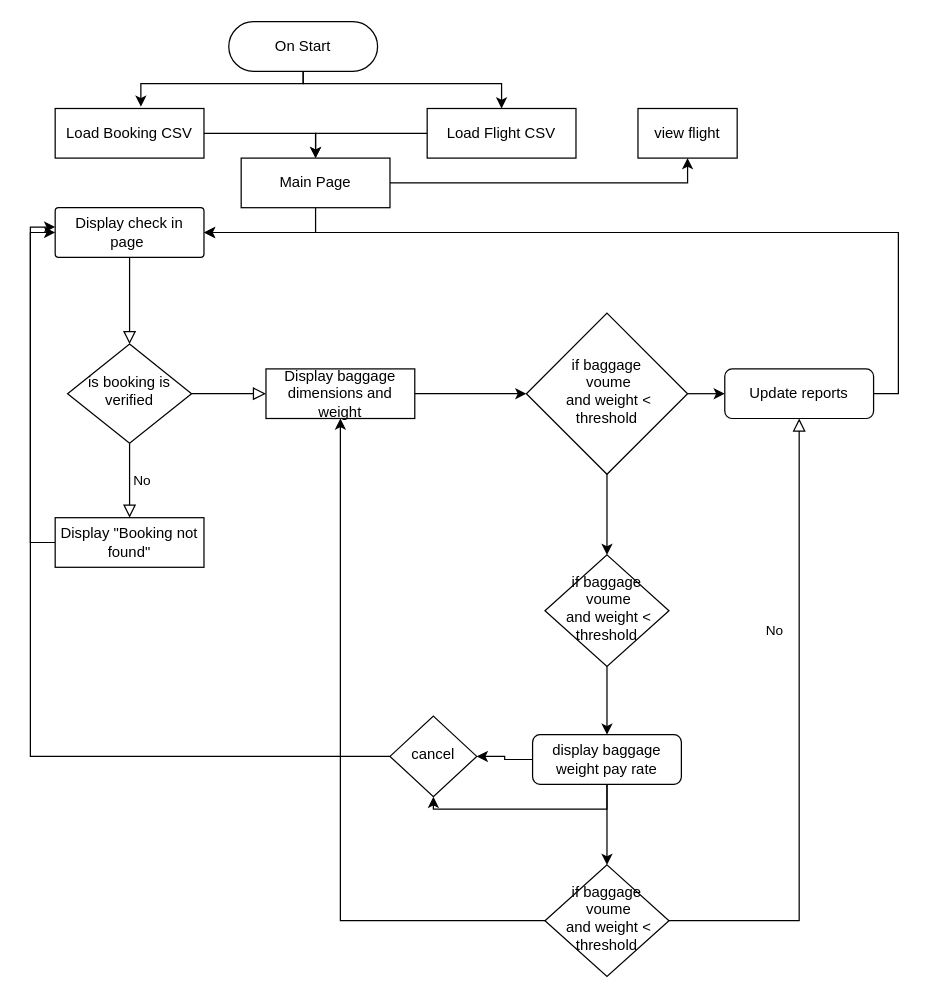
Before: flowchart Diagram.drawio in oscaroguledo/Java-intro, a draw.io diagram. Source tidied: cells renumbered, new cells numbered last; positions are measured from the earlier drawing's top-left corner, leaving out a move shared by most shapes. Both pictures are drawn from the tidied source at 124%, with x=0, y=0 at pixel (30, 21).
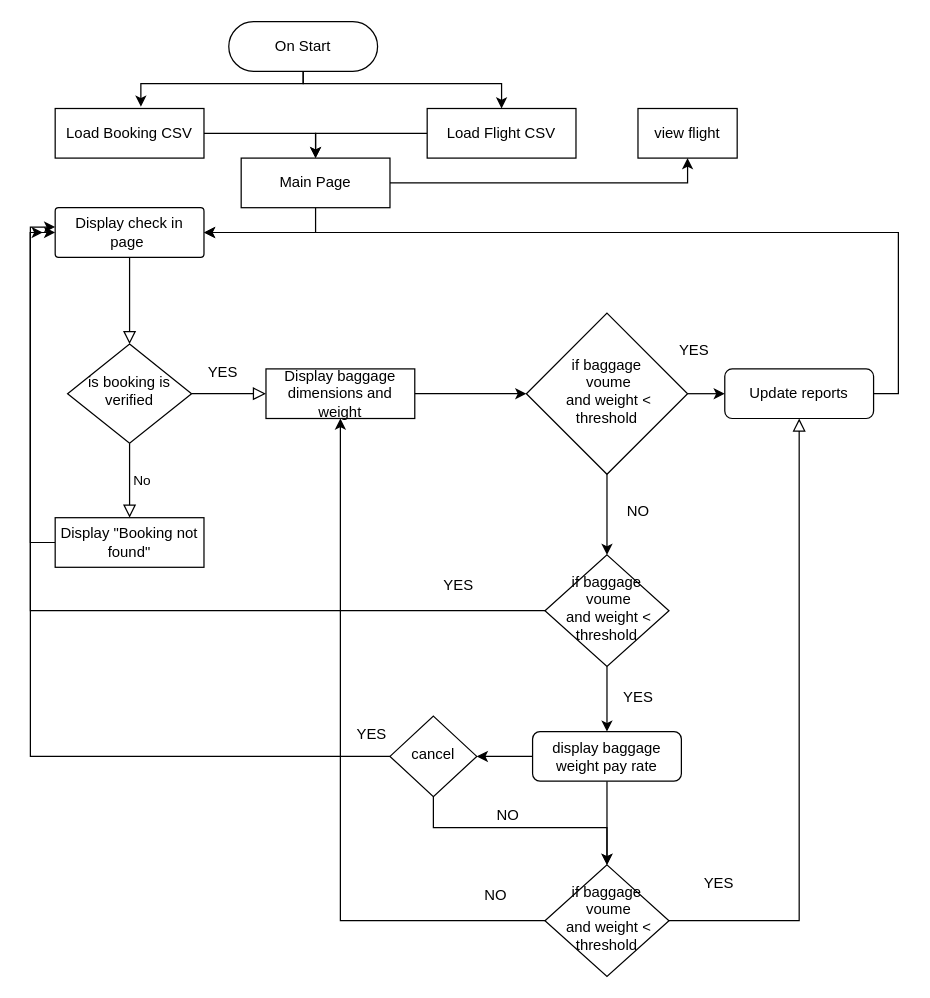
Above is the later version.

Unchanged cells that the change refers to:
```xml
<mxCell id="9" value="if baggage&lt;br&gt;&amp;nbsp;voume&lt;br&gt;&amp;nbsp;and weight &amp;lt; threshold" style="rhombus;whiteSpace=wrap;html=1;shadow=0;fontFamily=Helvetica;fontSize=12;align=center;strokeWidth=1;spacing=6;spacingTop=-4;" parent="1" vertex="1">
  <mxGeometry x="415" y="430" width="100" height="90" as="geometry" />
</mxCell>
<mxCell id="11" value="Update reports" style="rounded=1;whiteSpace=wrap;html=1;fontSize=12;glass=0;strokeWidth=1;shadow=0;" parent="1" vertex="1">
  <mxGeometry x="560" y="280" width="120" height="40" as="geometry" />
</mxCell>
<mxCell id="29" value="cancel" style="rhombus;whiteSpace=wrap;html=1;shadow=0;fontFamily=Helvetica;fontSize=12;align=center;strokeWidth=1;spacing=6;spacingTop=-4;" parent="1" vertex="1">
  <mxGeometry x="290" y="560" width="70" height="65" as="geometry" />
</mxCell>
<mxCell id="31" value="if baggage&lt;br&gt;&amp;nbsp;voume&lt;br&gt;&amp;nbsp;and weight &amp;lt; threshold" style="rhombus;whiteSpace=wrap;html=1;shadow=0;fontFamily=Helvetica;fontSize=12;align=center;strokeWidth=1;spacing=6;spacingTop=-4;" parent="1" vertex="1">
  <mxGeometry x="415" y="680" width="100" height="90" as="geometry" />
</mxCell>
```

What changed in the source:
```diff
@@
-    <mxCell id="8" value="No" style="rounded=0;html=1;jettySize=auto;fontSize=11;endArrow=block;endFill=0;endSize=8;strokeWidth=1;shadow=0;labelBackgroundColor=none;edgeStyle=orthogonalEdgeStyle;exitX=1;exitY=0.5;exitDx=0;exitDy=0;" parent="1" edge="1" source="31" target="11">
+    <mxCell id="8" style="rounded=0;html=1;jettySize=auto;fontSize=11;endArrow=block;endFill=0;endSize=8;strokeWidth=1;shadow=0;labelBackgroundColor=none;edgeStyle=orthogonalEdgeStyle;exitX=1;exitY=0.5;exitDx=0;exitDy=0;" parent="1" edge="1" source="31" target="11">
       <mxGeometry x="0.33" y="20" relative="1" as="geometry" />
     </mxCell>
+    <mxCell id="38" style="edgeStyle=orthogonalEdgeStyle;rounded=0;jettySize=auto;html=1;exitX=0;exitY=0.5;exitDx=0;exitDy=0;" parent="1" edge="1" source="9">
+      <mxGeometry relative="1" as="geometry">
+        <mxPoint x="10" y="170" as="targetPoint" />
+        <Array as="points">
+          <mxPoint y="475" />
+          <mxPoint y="170" />
+        </Array>
+      </mxGeometry>
+    </mxCell>
@@
-    <mxCell id="34" style="edgeStyle=orthogonalEdgeStyle;rounded=0;jettySize=auto;html=1;exitX=0.5;exitY=1;exitDx=0;exitDy=0;entryX=0.5;entryY=1;entryDx=0;entryDy=0;" parent="1" edge="1" source="35" target="29">
-      <mxGeometry relative="1" as="geometry" />
+    <mxCell id="34" style="edgeStyle=orthogonalEdgeStyle;rounded=0;jettySize=auto;html=1;exitX=0.5;exitY=1;exitDx=0;exitDy=0;" parent="1" edge="1" source="29">
+      <mxGeometry relative="1" as="geometry">
+        <mxPoint x="465" y="680" as="targetPoint" />
+        <Array as="points">
+          <mxPoint x="325" y="650" />
+          <mxPoint x="465" y="650" />
+        </Array>
+      </mxGeometry>
     </mxCell>
     <mxCell id="35" value="display baggage weight pay rate" style="rounded=1;whiteSpace=wrap;html=1;fontSize=12;glass=0;strokeWidth=1;shadow=0;" parent="1" vertex="1">
-      <mxGeometry x="405" y="575" width="120" height="40" as="geometry" />
+      <mxGeometry x="405" y="572.5" width="120" height="40" as="geometry" />
     </mxCell>
@@
+    <mxCell id="39" value="YES" style="text;html=1;align=center;verticalAlign=middle;strokeColor=none;fillColor=none;" parent="1" vertex="1">
+      <mxGeometry x="130" y="268" width="50" height="30" as="geometry" />
+    </mxCell>
+    <mxCell id="40" value="YES" style="text;html=1;align=center;verticalAlign=middle;strokeColor=none;fillColor=none;" parent="1" vertex="1">
+      <mxGeometry x="465" y="530" width="50" height="30" as="geometry" />
+    </mxCell>
+    <mxCell id="41" value="YES" style="text;html=1;align=center;verticalAlign=middle;strokeColor=none;fillColor=none;" parent="1" vertex="1">
+      <mxGeometry x="530" y="680" width="50" height="30" as="geometry" />
+    </mxCell>
+    <mxCell id="42" value="NO" style="text;html=1;align=center;verticalAlign=middle;strokeColor=none;fillColor=none;" parent="1" vertex="1">
+      <mxGeometry x="355" y="690" width="40" height="30" as="geometry" />
+    </mxCell>
+    <mxCell id="43" value="YES" style="text;html=1;align=center;verticalAlign=middle;strokeColor=none;fillColor=none;" parent="1" vertex="1">
+      <mxGeometry x="320" y="440" width="50" height="30" as="geometry" />
+    </mxCell>
+    <mxCell id="44" value="YES" style="text;html=1;align=center;verticalAlign=middle;strokeColor=none;fillColor=none;" parent="1" vertex="1">
+      <mxGeometry x="510" y="250" width="50" height="30" as="geometry" />
+    </mxCell>
+    <mxCell id="45" value="NO" style="text;html=1;align=center;verticalAlign=middle;strokeColor=none;fillColor=none;" parent="1" vertex="1">
+      <mxGeometry x="470" y="380" width="40" height="30" as="geometry" />
+    </mxCell>
+    <mxCell id="46" value="YES" style="text;html=1;align=center;verticalAlign=middle;strokeColor=none;fillColor=none;" parent="1" vertex="1">
+      <mxGeometry x="250" y="560" width="50" height="30" as="geometry" />
+    </mxCell>
+    <mxCell id="47" value="NO" style="text;html=1;align=center;verticalAlign=middle;strokeColor=none;fillColor=none;" parent="1" vertex="1">
+      <mxGeometry x="365" y="625" width="40" height="30" as="geometry" />
+    </mxCell>
```
